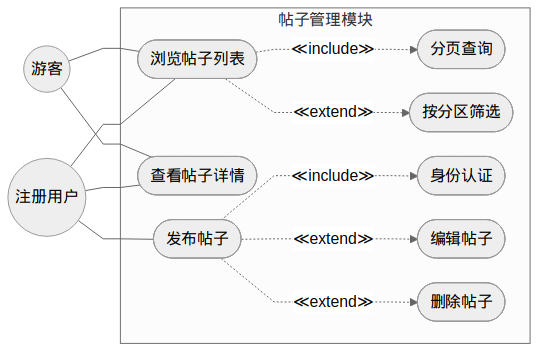
This is docs/diagrams/fig3-3-post-usecase.png from Wkjlovec/graduation_project_zhuang, a Mermaid export, as it was before one commit. Its source is kept beside it as docs/diagrams/fig3-3-post-usecase.mmd.
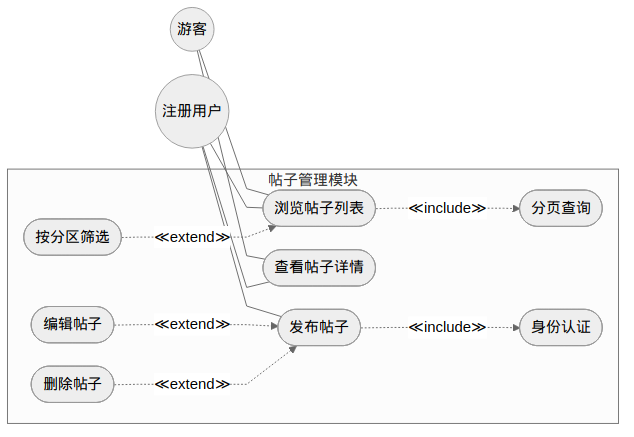
Later version of the same file.

Change to the diagram source:
```diff
@@ -21,7 +21,7 @@
     User --- UC4
     User --- UC5
     UC1 -..->|"≪include≫"| UC2
-    UC1 -..->|"≪extend≫"| UC3
+    UC3 -..->|"≪extend≫"| UC1
     UC5 -..->|"≪include≫"| UC6
-    UC5 -..->|"≪extend≫"| UC7
-    UC5 -..->|"≪extend≫"| UC8
+    UC7 -..->|"≪extend≫"| UC5
+    UC8 -..->|"≪extend≫"| UC5
```
